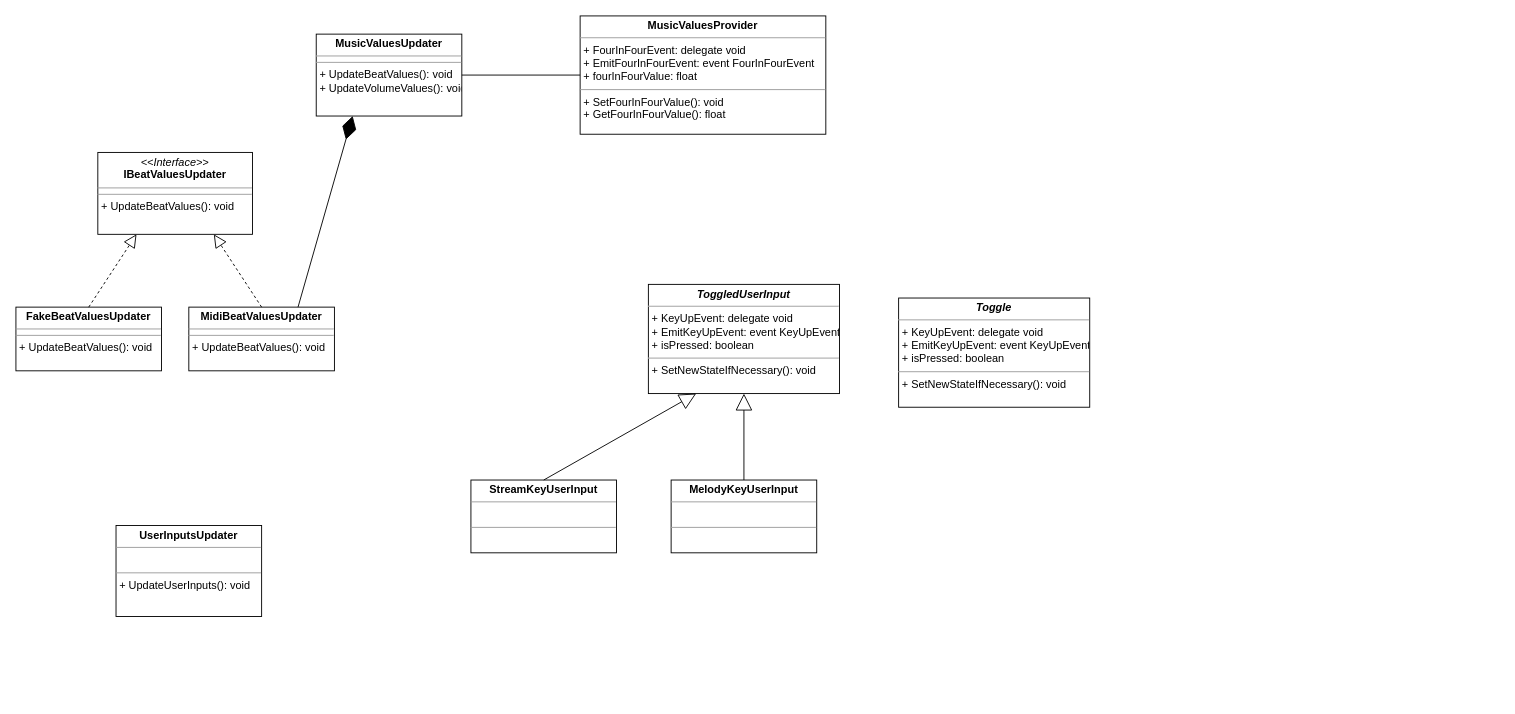
Before: user_music_input_architecture.drawio in brogli/realtime-audioreactive-music-visualization, a draw.io diagram. Source tidied: cells renumbered, new cells numbered last; positions are measured from the earlier drawing's top-left corner, leaving out a move shared by most shapes. Both pictures are drawn from the tidied source at 91%, with x=0, y=0 at pixel (15, 15).
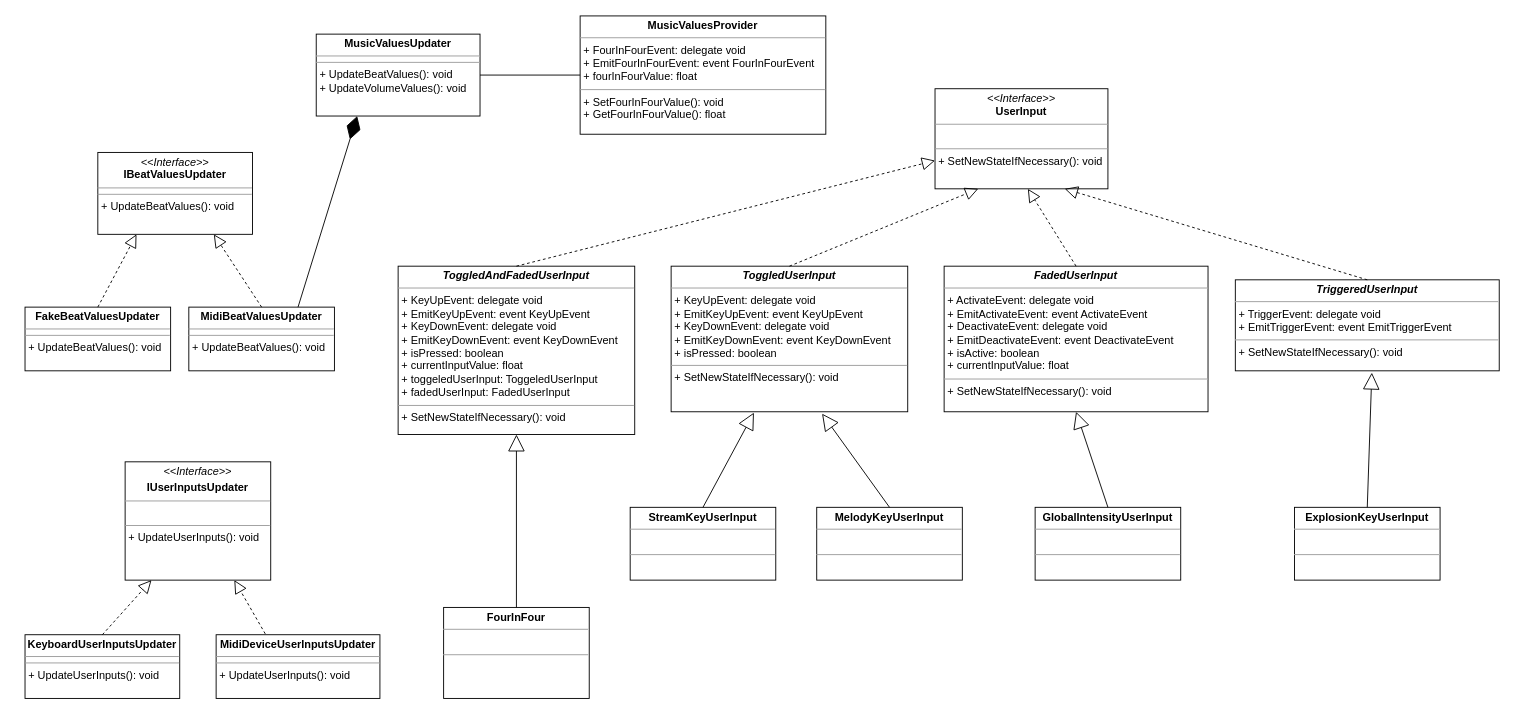
After the change.

Diff of the diagram source:
```diff
@@
     <mxCell id="4" value="&lt;p style=&quot;margin: 0px ; margin-top: 4px ; text-align: center&quot;&gt;&lt;b&gt;FakeBeatValuesUpdater&lt;/b&gt;&lt;br&gt;&lt;/p&gt;&lt;hr size=&quot;1&quot;&gt;&lt;hr size=&quot;1&quot;&gt;&lt;p style=&quot;margin: 0px ; margin-left: 4px&quot;&gt;+ UpdateBeatValues(): void&lt;br&gt;&lt;/p&gt;" style="verticalAlign=top;align=left;overflow=fill;fontSize=12;fontFamily=Helvetica;html=1;" parent="1" vertex="1">
-      <mxGeometry y="320" width="160" height="70" as="geometry" />
+      <mxGeometry x="10" y="320" width="160" height="70" as="geometry" />
     </mxCell>
@@
     <mxCell id="7" value="&lt;p style=&quot;margin: 0px ; margin-top: 4px ; text-align: center&quot;&gt;&lt;b&gt;MusicValuesUpdater&lt;/b&gt;&lt;br&gt;&lt;/p&gt;&lt;hr size=&quot;1&quot;&gt;&lt;hr size=&quot;1&quot;&gt;&lt;p style=&quot;margin: 0px ; margin-left: 4px&quot;&gt;+ UpdateBeatValues(): void&lt;/p&gt;&lt;p style=&quot;margin: 0px ; margin-left: 4px&quot;&gt;+ UpdateVolumeValues(): void&lt;/p&gt;" style="verticalAlign=top;align=left;overflow=fill;fontSize=12;fontFamily=Helvetica;html=1;" parent="1" vertex="1">
-      <mxGeometry x="330" y="20" width="160" height="90" as="geometry" />
+      <mxGeometry x="330" y="20" width="180" height="90" as="geometry" />
     </mxCell>
@@
-    <mxCell id="11" value="&lt;p style=&quot;margin: 0px ; margin-top: 4px ; text-align: center&quot;&gt;&lt;i&gt;&lt;b&gt;Toggle&lt;/b&gt;&lt;/i&gt;&lt;/p&gt;&lt;hr size=&quot;1&quot;&gt;&lt;p style=&quot;margin: 0px ; margin-left: 4px&quot;&gt;+ KeyUpEvent: delegate void&lt;/p&gt;&lt;p style=&quot;margin: 0px ; margin-left: 4px&quot;&gt;+ EmitKeyUpEvent: event KeyUpEvent&lt;br&gt;&lt;/p&gt;&lt;p style=&quot;margin: 0px ; margin-left: 4px&quot;&gt;+ isPressed: boolean&lt;br&gt;&lt;/p&gt;&lt;hr size=&quot;1&quot;&gt;&lt;p style=&quot;margin: 0px ; margin-left: 4px&quot;&gt;+ SetNewStateIfNecessary(): void&lt;br&gt;&lt;/p&gt;" style="verticalAlign=top;align=left;overflow=fill;fontSize=12;fontFamily=Helvetica;html=1;" parent="1" vertex="1">
-      <mxGeometry x="970" y="310" width="210" height="120" as="geometry" />
+    <mxCell id="11" value="&lt;p style=&quot;margin: 0px ; margin-top: 4px ; text-align: center&quot;&gt;&lt;i&gt;&lt;b&gt;FadedUserInput&lt;/b&gt;&lt;/i&gt;&lt;/p&gt;&lt;hr size=&quot;1&quot;&gt;&lt;p style=&quot;margin: 0px ; margin-left: 4px&quot;&gt;+ ActivateEvent: delegate void&lt;/p&gt;&lt;p style=&quot;margin: 0px ; margin-left: 4px&quot;&gt;+ EmitActivateEvent: event ActivateEvent&lt;/p&gt;&lt;p style=&quot;margin: 0px ; margin-left: 4px&quot;&gt;+ DeactivateEvent: delegate void&lt;br&gt;&lt;/p&gt;&lt;p style=&quot;margin: 0px ; margin-left: 4px&quot;&gt;+ EmitDeactivateEvent: event DeactivateEvent&lt;/p&gt;&lt;p style=&quot;margin: 0px ; margin-left: 4px&quot;&gt;+ isActive: boolean&lt;/p&gt;&lt;p style=&quot;margin: 0px ; margin-left: 4px&quot;&gt;+ currentInputValue: float&lt;br&gt;&lt;/p&gt;&lt;hr size=&quot;1&quot;&gt;&lt;p style=&quot;margin: 0px ; margin-left: 4px&quot;&gt;+ SetNewStateIfNecessary(): void&lt;br&gt;&lt;/p&gt;" style="verticalAlign=top;align=left;overflow=fill;fontSize=12;fontFamily=Helvetica;html=1;" parent="1" vertex="1">
+      <mxGeometry x="1020" y="275" width="290" height="160" as="geometry" />
     </mxCell>
-    <mxCell id="12" value="&lt;p style=&quot;margin: 0px ; margin-top: 4px ; text-align: center&quot;&gt;&lt;b&gt;UserInputsUpdater&lt;/b&gt;&lt;/p&gt;&lt;hr size=&quot;1&quot;&gt;&lt;p style=&quot;margin: 0px ; margin-left: 4px&quot;&gt;&lt;br&gt;&lt;/p&gt;&lt;hr size=&quot;1&quot;&gt;&lt;p style=&quot;margin: 0px ; margin-left: 4px&quot;&gt;+ UpdateUserInputs(): void&lt;br&gt;&lt;/p&gt;" style="verticalAlign=top;align=left;overflow=fill;fontSize=12;fontFamily=Helvetica;html=1;" parent="1" vertex="1">
-      <mxGeometry x="110" y="560" width="160" height="100" as="geometry" />
+    <mxCell id="12" value="&lt;p style=&quot;margin: 0px ; margin-top: 4px ; text-align: center&quot;&gt;&lt;i&gt;&amp;lt;&amp;lt;Interface&amp;gt;&amp;gt;&lt;/i&gt;&lt;/p&gt;&lt;p style=&quot;margin: 0px ; margin-top: 4px ; text-align: center&quot;&gt;&lt;b&gt;IUserInputsUpdater&lt;/b&gt;&lt;/p&gt;&lt;hr size=&quot;1&quot;&gt;&lt;p style=&quot;margin: 0px ; margin-left: 4px&quot;&gt;&lt;br&gt;&lt;/p&gt;&lt;hr size=&quot;1&quot;&gt;&lt;p style=&quot;margin: 0px ; margin-left: 4px&quot;&gt;+ UpdateUserInputs(): void&lt;br&gt;&lt;/p&gt;" style="verticalAlign=top;align=left;overflow=fill;fontSize=12;fontFamily=Helvetica;html=1;" parent="1" vertex="1">
+      <mxGeometry x="120" y="490" width="160" height="130" as="geometry" />
     </mxCell>
     <mxCell id="13" value="&lt;p style=&quot;margin: 0px ; margin-top: 4px ; text-align: center&quot;&gt;&lt;b&gt;MelodyKeyUserInput&lt;/b&gt;&lt;/p&gt;&lt;hr size=&quot;1&quot;&gt;&lt;p style=&quot;margin: 0px ; margin-left: 4px&quot;&gt;&lt;br&gt;&lt;/p&gt;&lt;hr size=&quot;1&quot;&gt;&lt;p style=&quot;margin: 0px ; margin-left: 4px&quot;&gt;&lt;br&gt;&lt;/p&gt;" style="verticalAlign=top;align=left;overflow=fill;fontSize=12;fontFamily=Helvetica;html=1;" parent="1" vertex="1">
-      <mxGeometry x="720" y="510" width="160" height="80" as="geometry" />
+      <mxGeometry x="880" y="540" width="160" height="80" as="geometry" />
     </mxCell>
-    <mxCell id="14" value="&lt;p style=&quot;margin: 0px ; margin-top: 4px ; text-align: center&quot;&gt;&lt;i&gt;&lt;b&gt;ToggledUserInput&lt;/b&gt;&lt;/i&gt;&lt;/p&gt;&lt;hr size=&quot;1&quot;&gt;&lt;p style=&quot;margin: 0px ; margin-left: 4px&quot;&gt;+ KeyUpEvent: delegate void&lt;/p&gt;&lt;p style=&quot;margin: 0px ; margin-left: 4px&quot;&gt;+ EmitKeyUpEvent: event KeyUpEvent&lt;br&gt;&lt;/p&gt;&lt;p style=&quot;margin: 0px ; margin-left: 4px&quot;&gt;+ isPressed: boolean&lt;br&gt;&lt;/p&gt;&lt;hr size=&quot;1&quot;&gt;&lt;p style=&quot;margin: 0px ; margin-left: 4px&quot;&gt;+ SetNewStateIfNecessary(): void&lt;br&gt;&lt;/p&gt;" style="verticalAlign=top;align=left;overflow=fill;fontSize=12;fontFamily=Helvetica;html=1;" parent="1" vertex="1">
-      <mxGeometry x="695" y="295" width="210" height="120" as="geometry" />
+    <mxCell id="14" value="&lt;p style=&quot;margin: 0px ; margin-top: 4px ; text-align: center&quot;&gt;&lt;i&gt;&lt;b&gt;ToggledUserInput&lt;/b&gt;&lt;/i&gt;&lt;/p&gt;&lt;hr size=&quot;1&quot;&gt;&lt;p style=&quot;margin: 0px ; margin-left: 4px&quot;&gt;+ KeyUpEvent: delegate void&lt;/p&gt;&lt;p style=&quot;margin: 0px ; margin-left: 4px&quot;&gt;+ EmitKeyUpEvent: event KeyUpEvent&lt;/p&gt;&lt;p style=&quot;margin: 0px ; margin-left: 4px&quot;&gt;+ KeyDownEvent: delegate void&lt;br&gt;&lt;/p&gt;&lt;p style=&quot;margin: 0px ; margin-left: 4px&quot;&gt;+ EmitKeyDownEvent: event KeyDownEvent&lt;/p&gt;&lt;p style=&quot;margin: 0px ; margin-left: 4px&quot;&gt;+ isPressed: boolean&lt;br&gt;&lt;/p&gt;&lt;hr size=&quot;1&quot;&gt;&lt;p style=&quot;margin: 0px ; margin-left: 4px&quot;&gt;+ SetNewStateIfNecessary(): void&lt;br&gt;&lt;/p&gt;" style="verticalAlign=top;align=left;overflow=fill;fontSize=12;fontFamily=Helvetica;html=1;" parent="1" vertex="1">
+      <mxGeometry x="720" y="275" width="260" height="160" as="geometry" />
     </mxCell>
-    <mxCell id="15" value="Extends" style="endArrow=block;endSize=16;endFill=0;entryX=0.5;entryY=1;entryDx=0;entryDy=0;exitX=0.5;exitY=0;exitDx=0;exitDy=0;strokeColor=#000000;shadow=0;comic=0;textOpacity=0;fontColor=none;labelBackgroundColor=none;noLabel=1;" parent="1" edge="1" source="13" target="14">
+    <mxCell id="15" value="Extends" style="endArrow=block;endSize=16;endFill=0;entryX=0.638;entryY=1.013;entryDx=0;entryDy=0;exitX=0.5;exitY=0;exitDx=0;exitDy=0;strokeColor=#000000;shadow=0;comic=0;textOpacity=0;fontColor=none;labelBackgroundColor=none;noLabel=1;entryPerimeter=0;" parent="1" edge="1" source="13" target="14">
       <mxGeometry x="-0.05" relative="1" as="geometry" />
     </mxCell>
     <mxCell id="16" value="&lt;p style=&quot;margin: 0px ; margin-top: 4px ; text-align: center&quot;&gt;&lt;b&gt;StreamKeyUserInput&lt;/b&gt;&lt;/p&gt;&lt;hr size=&quot;1&quot;&gt;&lt;p style=&quot;margin: 0px ; margin-left: 4px&quot;&gt;&lt;br&gt;&lt;/p&gt;&lt;hr size=&quot;1&quot;&gt;&lt;p style=&quot;margin: 0px ; margin-left: 4px&quot;&gt;&lt;br&gt;&lt;/p&gt;" style="verticalAlign=top;align=left;overflow=fill;fontSize=12;fontFamily=Helvetica;html=1;" parent="1" vertex="1">
-      <mxGeometry x="500" y="510" width="160" height="80" as="geometry" />
+      <mxGeometry x="675" y="540" width="160" height="80" as="geometry" />
     </mxCell>
-    <mxCell id="17" value="Extends" style="endArrow=block;endSize=16;endFill=0;entryX=0.25;entryY=1;entryDx=0;entryDy=0;exitX=0.5;exitY=0;exitDx=0;exitDy=0;strokeColor=#000000;shadow=0;comic=0;textOpacity=0;fontColor=none;labelBackgroundColor=none;noLabel=1;" parent="1" edge="1" source="16" target="14">
+    <mxCell id="17" value="Extends" style="endArrow=block;endSize=16;endFill=0;entryX=0.35;entryY=1.006;entryDx=0;entryDy=0;exitX=0.5;exitY=0;exitDx=0;exitDy=0;strokeColor=#000000;shadow=0;comic=0;textOpacity=0;fontColor=none;labelBackgroundColor=none;noLabel=1;entryPerimeter=0;" parent="1" edge="1" source="16" target="14">
       <mxGeometry x="-0.05" relative="1" as="geometry" />
     </mxCell>
+    <mxCell id="18" value="&lt;p style=&quot;margin: 0px ; margin-top: 4px ; text-align: center&quot;&gt;&lt;b&gt;KeyboardUserInputsUpdater&lt;/b&gt;&lt;br&gt;&lt;/p&gt;&lt;hr size=&quot;1&quot;&gt;&lt;hr size=&quot;1&quot;&gt;&lt;p style=&quot;margin: 0px ; margin-left: 4px&quot;&gt;+ UpdateUserInputs(): void&lt;/p&gt;" style="verticalAlign=top;align=left;overflow=fill;fontSize=12;fontFamily=Helvetica;html=1;" parent="1" vertex="1">
+      <mxGeometry x="10" y="680" width="170" height="70" as="geometry" />
+    </mxCell>
+    <mxCell id="19" style="endArrow=block;dashed=1;endFill=0;endSize=12;html=1;entryX=0.181;entryY=1;entryDx=0;entryDy=0;exitX=0.5;exitY=0;exitDx=0;exitDy=0;entryPerimeter=0;" parent="1" edge="1" source="18" target="12">
+      <mxGeometry relative="1" as="geometry" />
+    </mxCell>
+    <mxCell id="20" value="&lt;p style=&quot;margin: 0px ; margin-top: 4px ; text-align: center&quot;&gt;&lt;b&gt;MidiDeviceUserInputsUpdater&lt;/b&gt;&lt;br&gt;&lt;/p&gt;&lt;hr size=&quot;1&quot;&gt;&lt;hr size=&quot;1&quot;&gt;&lt;p style=&quot;margin: 0px ; margin-left: 4px&quot;&gt;+ UpdateUserInputs(): void&lt;/p&gt;" style="verticalAlign=top;align=left;overflow=fill;fontSize=12;fontFamily=Helvetica;html=1;" parent="1" vertex="1">
+      <mxGeometry x="220" y="680" width="180" height="70" as="geometry" />
+    </mxCell>
+    <mxCell id="21" style="endArrow=block;dashed=1;endFill=0;endSize=12;html=1;entryX=0.75;entryY=1;entryDx=0;entryDy=0;exitX=0.3;exitY=-0.014;exitDx=0;exitDy=0;exitPerimeter=0;" parent="1" edge="1" source="20" target="12">
+      <mxGeometry relative="1" as="geometry" />
+    </mxCell>
+    <mxCell id="22" value="&lt;p style=&quot;margin: 0px ; margin-top: 4px ; text-align: center&quot;&gt;&lt;i&gt;&lt;b&gt;TriggeredUserInput&lt;/b&gt;&lt;/i&gt;&lt;/p&gt;&lt;hr size=&quot;1&quot;&gt;&lt;p style=&quot;margin: 0px ; margin-left: 4px&quot;&gt;+ TriggerEvent: delegate void&lt;/p&gt;&lt;p style=&quot;margin: 0px ; margin-left: 4px&quot;&gt;+ EmitTriggerEvent: event EmitTriggerEvent&lt;/p&gt;&lt;hr size=&quot;1&quot;&gt;&lt;p style=&quot;margin: 0px ; margin-left: 4px&quot;&gt;+ SetNewStateIfNecessary(): void&lt;br&gt;&lt;/p&gt;" style="verticalAlign=top;align=left;overflow=fill;fontSize=12;fontFamily=Helvetica;html=1;" parent="1" vertex="1">
+      <mxGeometry x="1340" y="290" width="290" height="100" as="geometry" />
+    </mxCell>
+    <mxCell id="23" value="&lt;p style=&quot;margin: 0px ; margin-top: 4px ; text-align: center&quot;&gt;&lt;b&gt;ExplosionKeyUserInput&lt;/b&gt;&lt;br&gt;&lt;/p&gt;&lt;hr size=&quot;1&quot;&gt;&lt;p style=&quot;margin: 0px ; margin-left: 4px&quot;&gt;&lt;br&gt;&lt;/p&gt;&lt;hr size=&quot;1&quot;&gt;&lt;p style=&quot;margin: 0px ; margin-left: 4px&quot;&gt;&lt;br&gt;&lt;/p&gt;" style="verticalAlign=top;align=left;overflow=fill;fontSize=12;fontFamily=Helvetica;html=1;" parent="1" vertex="1">
+      <mxGeometry x="1405" y="540" width="160" height="80" as="geometry" />
+    </mxCell>
+    <mxCell id="24" value="Extends" style="endArrow=block;endSize=16;endFill=0;exitX=0.5;exitY=0;exitDx=0;exitDy=0;strokeColor=#000000;shadow=0;comic=0;textOpacity=0;fontColor=none;labelBackgroundColor=none;noLabel=1;" parent="1" edge="1" source="23">
+      <mxGeometry x="-0.05" relative="1" as="geometry">
+        <mxPoint x="1490" y="392" as="targetPoint" />
+      </mxGeometry>
+    </mxCell>
+    <mxCell id="25" value="&lt;p style=&quot;margin: 0px ; margin-top: 4px ; text-align: center&quot;&gt;&lt;b&gt;FourInFour&lt;/b&gt;&lt;/p&gt;&lt;hr size=&quot;1&quot;&gt;&lt;br&gt;&lt;hr size=&quot;1&quot;&gt;&lt;p style=&quot;margin: 0px ; margin-left: 4px&quot;&gt;&lt;br&gt;&lt;/p&gt;" style="verticalAlign=top;align=left;overflow=fill;fontSize=12;fontFamily=Helvetica;html=1;" parent="1" vertex="1">
+      <mxGeometry x="470" y="650" width="160" height="100" as="geometry" />
+    </mxCell>
+    <mxCell id="26" value="&lt;p style=&quot;margin: 0px ; margin-top: 4px ; text-align: center&quot;&gt;&lt;b&gt;GlobalIntensityUserInput&lt;/b&gt;&lt;/p&gt;&lt;hr size=&quot;1&quot;&gt;&lt;p style=&quot;margin: 0px ; margin-left: 4px&quot;&gt;&lt;br&gt;&lt;/p&gt;&lt;hr size=&quot;1&quot;&gt;&lt;p style=&quot;margin: 0px ; margin-left: 4px&quot;&gt;&lt;br&gt;&lt;/p&gt;" style="verticalAlign=top;align=left;overflow=fill;fontSize=12;fontFamily=Helvetica;html=1;" parent="1" vertex="1">
+      <mxGeometry x="1120" y="540" width="160" height="80" as="geometry" />
+    </mxCell>
+    <mxCell id="27" value="Extends" style="endArrow=block;endSize=16;endFill=0;exitX=0.5;exitY=0;exitDx=0;exitDy=0;strokeColor=#000000;shadow=0;comic=0;textOpacity=0;fontColor=none;labelBackgroundColor=none;noLabel=1;entryX=0.5;entryY=1;entryDx=0;entryDy=0;" parent="1" edge="1" source="26" target="11">
+      <mxGeometry x="-0.05" relative="1" as="geometry" />
+    </mxCell>
+    <mxCell id="28" value="&lt;p style=&quot;margin: 0px ; margin-top: 4px ; text-align: center&quot;&gt;&lt;i&gt;&amp;lt;&amp;lt;Interface&amp;gt;&amp;gt;&lt;/i&gt;&lt;br&gt;&lt;b&gt;UserInput&lt;/b&gt;&lt;/p&gt;&lt;hr size=&quot;1&quot;&gt;&lt;p style=&quot;margin: 0px ; margin-left: 4px&quot;&gt;&lt;br&gt;&lt;/p&gt;&lt;hr size=&quot;1&quot;&gt;&lt;p style=&quot;margin: 0px ; margin-left: 4px&quot;&gt;+ SetNewStateIfNecessary(): void&lt;/p&gt;" style="verticalAlign=top;align=left;overflow=fill;fontSize=12;fontFamily=Helvetica;html=1;" parent="1" vertex="1">
+      <mxGeometry x="1010" y="80" width="190" height="110" as="geometry" />
+    </mxCell>
+    <mxCell id="29" style="endArrow=block;dashed=1;endFill=0;endSize=12;html=1;exitX=0.5;exitY=0;exitDx=0;exitDy=0;entryX=0.25;entryY=1;entryDx=0;entryDy=0;" parent="1" edge="1" source="14" target="28">
+      <mxGeometry relative="1" as="geometry" />
+    </mxCell>
+    <mxCell id="30" style="endArrow=block;dashed=1;endFill=0;endSize=12;html=1;exitX=0.5;exitY=0;exitDx=0;exitDy=0;entryX=0.537;entryY=1;entryDx=0;entryDy=0;entryPerimeter=0;" parent="1" edge="1" source="11" target="28">
+      <mxGeometry relative="1" as="geometry" />
+    </mxCell>
+    <mxCell id="31" style="endArrow=block;dashed=1;endFill=0;endSize=12;html=1;exitX=0.5;exitY=0;exitDx=0;exitDy=0;entryX=0.75;entryY=1;entryDx=0;entryDy=0;" parent="1" edge="1" source="22" target="28">
+      <mxGeometry relative="1" as="geometry" />
+    </mxCell>
+    <mxCell id="32" value="&lt;p style=&quot;margin: 0px ; margin-top: 4px ; text-align: center&quot;&gt;&lt;i&gt;&lt;b&gt;ToggledAndFadedUserInput&lt;/b&gt;&lt;/i&gt;&lt;/p&gt;&lt;hr size=&quot;1&quot;&gt;&lt;p style=&quot;margin: 0px ; margin-left: 4px&quot;&gt;+ KeyUpEvent: delegate void&lt;/p&gt;&lt;p style=&quot;margin: 0px ; margin-left: 4px&quot;&gt;+ EmitKeyUpEvent: event KeyUpEvent&lt;/p&gt;&lt;p style=&quot;margin: 0px ; margin-left: 4px&quot;&gt;+ KeyDownEvent: delegate void&lt;br&gt;&lt;/p&gt;&lt;p style=&quot;margin: 0px ; margin-left: 4px&quot;&gt;+ EmitKeyDownEvent: event KeyDownEvent&lt;/p&gt;&lt;p style=&quot;margin: 0px ; margin-left: 4px&quot;&gt;+ isPressed: boolean&lt;/p&gt;&lt;p style=&quot;margin: 0px ; margin-left: 4px&quot;&gt;+ currentInputValue: float&lt;/p&gt;&lt;p style=&quot;margin: 0px ; margin-left: 4px&quot;&gt;+ toggeledUserInput: ToggeledUserInput&lt;/p&gt;&lt;p style=&quot;margin: 0px ; margin-left: 4px&quot;&gt;+ fadedUserInput: FadedUserInput&lt;br&gt;&lt;/p&gt;&lt;hr size=&quot;1&quot;&gt;&lt;p style=&quot;margin: 0px ; margin-left: 4px&quot;&gt;+ SetNewStateIfNecessary(): void&lt;br&gt;&lt;/p&gt;" style="verticalAlign=top;align=left;overflow=fill;fontSize=12;fontFamily=Helvetica;html=1;" parent="1" vertex="1">
+      <mxGeometry x="420" y="275" width="260" height="185" as="geometry" />
+    </mxCell>
+    <mxCell id="33" value="Extends" style="endArrow=block;endSize=16;endFill=0;entryX=0.5;entryY=1;entryDx=0;entryDy=0;exitX=0.5;exitY=0;exitDx=0;exitDy=0;strokeColor=#000000;shadow=0;comic=0;textOpacity=0;fontColor=none;labelBackgroundColor=none;noLabel=1;" parent="1" edge="1" source="25" target="32">
+      <mxGeometry x="-0.05" relative="1" as="geometry" />
+    </mxCell>
+    <mxCell id="34" style="endArrow=block;dashed=1;endFill=0;endSize=12;html=1;exitX=0.5;exitY=0;exitDx=0;exitDy=0;" parent="1" edge="1" source="32" target="28">
+      <mxGeometry relative="1" as="geometry" />
+    </mxCell>
```
